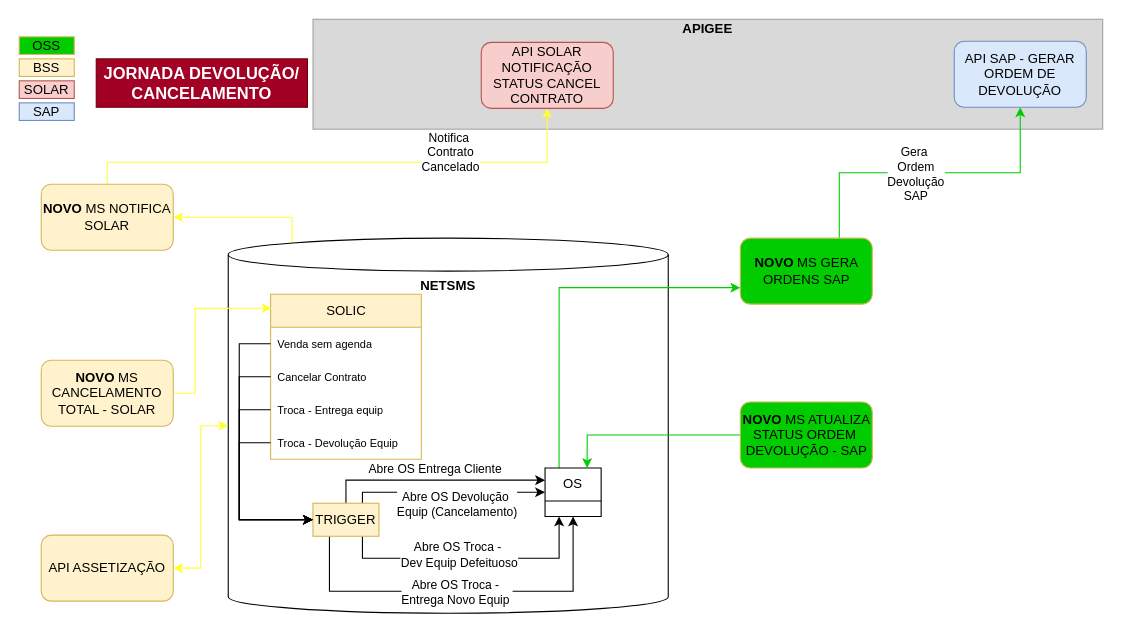
Earlier version of the draw.io diagram page "NETsales 8a base v13.02" (14 of 17) of 103976_106614-Entrega de equipamento via meio alternativo-Correios.drawio (samirali/ClaroBrasil). Source tidied: cells renumbered, new cells numbered last; positions are measured from the earlier drawing's top-left corner, leaving out a move shared by most shapes. Both pictures are drawn from the tidied source at 110%, with x=0, y=0 at pixel (19, 19).
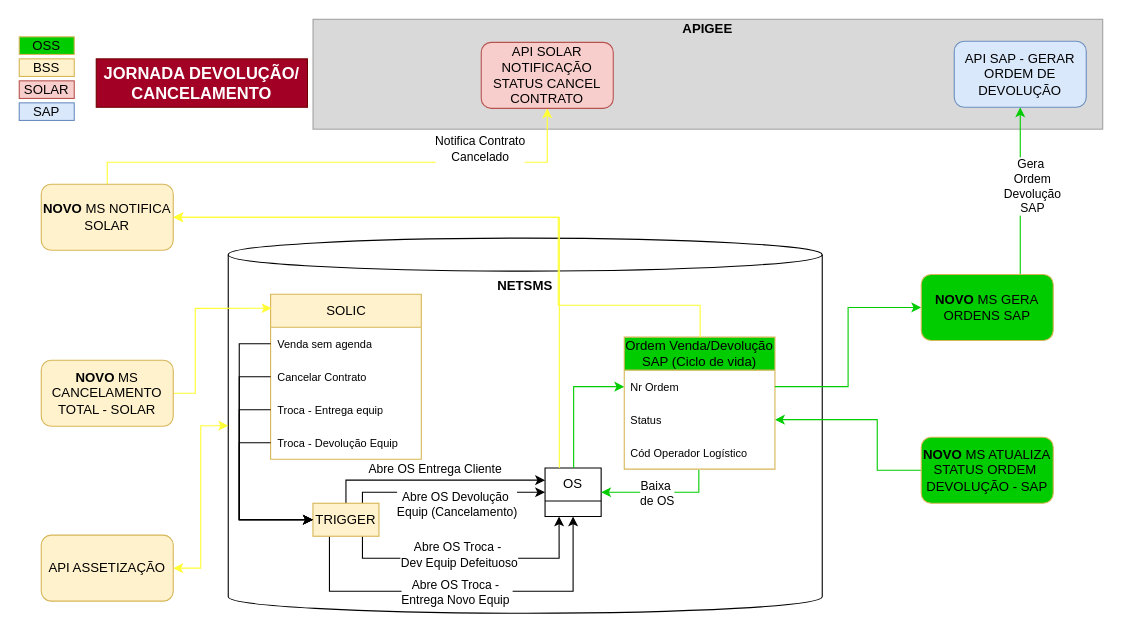
After the change.

The change refers to these unchanged cells:
```xml
<mxCell id="10" value="OS" style="swimlane;fontStyle=0;horizontal=1;startSize=30;whiteSpace=wrap;html=1;" parent="1" vertex="1">
  <mxGeometry x="478" y="408" width="51" height="44" as="geometry" />
</mxCell>
<mxCell id="40" style="edgeStyle=orthogonalEdgeStyle;rounded=0;hachureGap=4;jettySize=auto;html=1;fontFamily=Architects Daughter;entryX=0.5;entryY=1;entryDx=0;entryDy=0;exitX=0.5;exitY=0;exitDx=0;exitDy=0;exitPerimeter=0;strokeColor=#FFFF33;" parent="1" edge="1" source="42" target="45">
  <mxGeometry relative="1" as="geometry">
    <Array as="points">
      <mxPoint x="80" y="130" />
      <mxPoint x="480" y="130" />
    </Array>
  </mxGeometry>
</mxCell>
<mxCell id="42" value="&lt;b&gt;NOVO &lt;/b&gt;MS NOTIFICA SOLAR" style="rounded=1;whiteSpace=wrap;html=1;fillColor=#fff2cc;strokeColor=#d6b656;" parent="1" vertex="1">
  <mxGeometry x="20" y="150" width="120" height="60" as="geometry" />
</mxCell>
<mxCell id="46" value="API SAP - GERAR ORDEM DE DEVOLUÇÃO" style="rounded=1;whiteSpace=wrap;html=1;fillColor=#dae8fc;strokeColor=#6c8ebf;" parent="1" vertex="1">
  <mxGeometry x="850" y="20" width="120" height="60" as="geometry" />
</mxCell>
```

What changed in the source:
```diff
@@
+    <mxCell id="4" value="&lt;b&gt;NETSMS&lt;/b&gt;" style="shape=cylinder3;whiteSpace=wrap;html=1;boundedLbl=1;backgroundOutline=1;size=15;verticalAlign=top;" parent="1" vertex="1">
+      <mxGeometry x="190" y="199" width="540" height="341" as="geometry" />
+    </mxCell>
@@
-    <mxCell id="3" style="edgeStyle=orthogonalEdgeStyle;rounded=0;jettySize=auto;html=1;entryX=1;entryY=0.5;entryDx=0;entryDy=0;exitX=0.145;exitY=0;exitDx=0;exitDy=4.35;exitPerimeter=0;strokeColor=#FFFF33;" parent="1" edge="1" source="4" target="42">
-      <mxGeometry relative="1" as="geometry">
-        <Array as="points">
-          <mxPoint x="248" y="180" />
-        </Array>
-      </mxGeometry>
-    </mxCell>
-    <mxCell id="4" value="&lt;b&gt;NETSMS&lt;/b&gt;" style="shape=cylinder3;whiteSpace=wrap;html=1;boundedLbl=1;backgroundOutline=1;size=15;verticalAlign=top;" parent="1" vertex="1">
-      <mxGeometry x="190" y="199" width="400" height="341" as="geometry" />
-    </mxCell>
@@
-    <mxCell id="9" style="edgeStyle=orthogonalEdgeStyle;rounded=0;jettySize=auto;html=1;entryX=0;entryY=0.75;entryDx=0;entryDy=0;strokeColor=#00CC00;exitX=0.25;exitY=0;exitDx=0;exitDy=0;" parent="1" edge="1" source="10" target="37">
-      <mxGeometry relative="1" as="geometry" />
-    </mxCell>
@@
-    <mxCell id="35" style="edgeStyle=orthogonalEdgeStyle;rounded=0;hachureGap=4;jettySize=auto;html=1;entryX=0.5;entryY=1;entryDx=0;entryDy=0;fontFamily=Architects Daughter;exitX=0.75;exitY=0;exitDx=0;exitDy=0;strokeColor=#00CC00;" parent="1" edge="1" source="37" target="46">
-      <mxGeometry relative="1" as="geometry" />
-    </mxCell>
-    <mxCell id="36" value="Gera&amp;nbsp;&lt;div&gt;Ordem&lt;/div&gt;&lt;div&gt;Devolução&lt;/div&gt;&lt;div&gt;SAP&lt;/div&gt;" style="edgeLabel;html=1;align=center;verticalAlign=middle;sketch=1;hachureGap=4;jiggle=2;curveFitting=1;fontFamily=Helvetica;" parent="35" vertex="1">
-      <mxGeometry x="-0.1" y="-1" relative="1" as="geometry" />
-    </mxCell>
-    <mxCell id="37" value="&lt;b&gt;NOVO &lt;/b&gt;MS GERA ORDENS&lt;span style=&quot;background-color: initial;&quot;&gt;&amp;nbsp;SAP&lt;/span&gt;" style="rounded=1;whiteSpace=wrap;html=1;fillColor=#00CC00;strokeColor=#d6b656;" parent="1" vertex="1">
-      <mxGeometry x="655.5" y="199" width="120" height="60" as="geometry" />
-    </mxCell>
@@
-    <mxCell id="41" value="Notifica&amp;nbsp;&lt;div&gt;Contrato&lt;/div&gt;&lt;div&gt;Cancelado&lt;/div&gt;" style="edgeLabel;html=1;align=center;verticalAlign=middle;sketch=1;hachureGap=4;jiggle=2;curveFitting=1;fontFamily=Helvetica;" parent="40" vertex="1">
-      <mxGeometry x="0.5" y="-1" relative="1" as="geometry">
-        <mxPoint x="-21" y="-11" as="offset" />
-      </mxGeometry>
-    </mxCell>
@@
+    <mxCell id="49" style="edgeStyle=orthogonalEdgeStyle;rounded=0;hachureGap=4;jettySize=auto;html=1;entryX=0;entryY=0.5;entryDx=0;entryDy=0;fontFamily=Architects Daughter;strokeColor=#00CC00;" parent="1" edge="1" target="54">
+      <mxGeometry relative="1" as="geometry">
+        <mxPoint x="504" y="408" as="sourcePoint" />
+        <Array as="points">
+          <mxPoint x="504" y="334" />
+        </Array>
+      </mxGeometry>
+    </mxCell>
+    <mxCell id="50" style="edgeStyle=orthogonalEdgeStyle;rounded=0;hachureGap=4;jettySize=auto;html=1;entryX=1;entryY=0.5;entryDx=0;entryDy=0;fontFamily=Architects Daughter;strokeColor=#00CC00;" parent="1" edge="1" source="48" target="55">
+      <mxGeometry relative="1" as="geometry">
+        <Array as="points">
+          <mxPoint x="780" y="410" />
+          <mxPoint x="780" y="364" />
+        </Array>
+      </mxGeometry>
+    </mxCell>
+    <mxCell id="48" value="&lt;b&gt;NOVO &lt;/b&gt;MS ATUALIZA STATUS ORDEM&amp;nbsp; DEVOLUÇÃO - SAP" style="rounded=1;whiteSpace=wrap;html=1;fillColor=#00CC00;strokeColor=#d6b656;" parent="1" vertex="1">
+      <mxGeometry x="820" y="380" width="120" height="60" as="geometry" />
+    </mxCell>
+    <mxCell id="51" style="edgeStyle=orthogonalEdgeStyle;rounded=0;hachureGap=4;jettySize=auto;html=1;entryX=1;entryY=0.5;entryDx=0;entryDy=0;fontFamily=Architects Daughter;exitX=0.495;exitY=1.027;exitDx=0;exitDy=0;exitPerimeter=0;strokeColor=#00CC00;" parent="1" edge="1" source="56">
+      <mxGeometry relative="1" as="geometry">
+        <mxPoint x="529" y="430" as="targetPoint" />
+        <Array as="points">
+          <mxPoint x="618" y="430" />
+        </Array>
+      </mxGeometry>
+    </mxCell>
+    <mxCell id="52" value="Baixa&amp;nbsp;&lt;div&gt;de OS&lt;/div&gt;" style="edgeLabel;html=1;align=center;verticalAlign=middle;sketch=1;hachureGap=4;jiggle=2;curveFitting=1;fontFamily=Helvetica;" parent="51" vertex="1">
+      <mxGeometry x="-0.17" y="1" relative="1" as="geometry">
+        <mxPoint x="-13" y="-1" as="offset" />
+      </mxGeometry>
+    </mxCell>
+    <mxCell id="53" value="Ordem Venda/Devolução SAP (Ciclo de vida)" style="swimlane;fontStyle=0;horizontal=1;startSize=30;whiteSpace=wrap;html=1;fillColor=#00CC00;strokeColor=#d6b656;" parent="1" vertex="1">
+      <mxGeometry x="550" y="289" width="137" height="120" as="geometry" />
+    </mxCell>
+    <mxCell id="54" value="Nr Ordem" style="text;strokeColor=none;fillColor=none;align=left;verticalAlign=middle;spacingLeft=4;spacingRight=4;overflow=hidden;points=[[0,0.5],[1,0.5]];portConstraint=eastwest;whiteSpace=wrap;html=1;fontSize=10;" parent="53" vertex="1">
+      <mxGeometry y="30" width="137" height="30" as="geometry" />
+    </mxCell>
+    <mxCell id="55" value="Status" style="text;strokeColor=none;fillColor=none;align=left;verticalAlign=middle;spacingLeft=4;spacingRight=4;overflow=hidden;points=[[0,0.5],[1,0.5]];portConstraint=eastwest;whiteSpace=wrap;html=1;fontSize=10;" parent="53" vertex="1">
+      <mxGeometry y="60" width="137" height="30" as="geometry" />
+    </mxCell>
+    <mxCell id="56" value="Cód Operador Logístico" style="text;strokeColor=none;fillColor=none;align=left;verticalAlign=middle;spacingLeft=4;spacingRight=4;overflow=hidden;points=[[0,0.5],[1,0.5]];portConstraint=eastwest;whiteSpace=wrap;html=1;fontSize=10;" parent="53" vertex="1">
+      <mxGeometry y="90" width="137" height="30" as="geometry" />
+    </mxCell>
+    <mxCell id="57" style="edgeStyle=orthogonalEdgeStyle;rounded=0;hachureGap=4;jettySize=auto;html=1;entryX=0;entryY=0.5;entryDx=0;entryDy=0;fontFamily=Architects Daughter;strokeColor=#00CC00;exitX=1;exitY=0.5;exitDx=0;exitDy=0;" parent="1" edge="1" source="54" target="37">
+      <mxGeometry relative="1" as="geometry" />
+    </mxCell>
+    <mxCell id="35" style="edgeStyle=orthogonalEdgeStyle;rounded=0;hachureGap=4;jettySize=auto;html=1;entryX=0.5;entryY=1;entryDx=0;entryDy=0;fontFamily=Architects Daughter;exitX=0.75;exitY=0;exitDx=0;exitDy=0;strokeColor=#00CC00;" parent="1" edge="1" source="37" target="46">
+      <mxGeometry relative="1" as="geometry" />
+    </mxCell>
+    <mxCell id="36" value="Gera&amp;nbsp;&lt;div&gt;Ordem&lt;/div&gt;&lt;div&gt;Devolução&lt;/div&gt;&lt;div&gt;SAP&lt;/div&gt;" style="edgeLabel;html=1;align=center;verticalAlign=middle;sketch=1;hachureGap=4;jiggle=2;curveFitting=1;fontFamily=Helvetica;" parent="35" vertex="1">
+      <mxGeometry x="-0.1" y="-1" relative="1" as="geometry">
+        <mxPoint x="9" y="-13" as="offset" />
+      </mxGeometry>
+    </mxCell>
+    <mxCell id="37" value="&lt;b&gt;NOVO &lt;/b&gt;MS GERA ORDENS&lt;span style=&quot;background-color: initial;&quot;&gt;&amp;nbsp;SAP&lt;/span&gt;" style="rounded=1;whiteSpace=wrap;html=1;fillColor=#00CC00;strokeColor=#d6b656;" parent="1" vertex="1">
+      <mxGeometry x="820" y="232" width="120" height="60" as="geometry" />
+    </mxCell>
@@
-    <mxCell id="47" style="edgeStyle=orthogonalEdgeStyle;rounded=0;hachureGap=4;jettySize=auto;html=1;entryX=0.75;entryY=0;entryDx=0;entryDy=0;fontFamily=Architects Daughter;strokeColor=#00CC00;" parent="1" edge="1" source="48" target="10">
-      <mxGeometry relative="1" as="geometry" />
-    </mxCell>
-    <mxCell id="48" value="&lt;b&gt;NOVO &lt;/b&gt;MS ATUALIZA STATUS ORDEM&amp;nbsp; DEVOLUÇÃO - SAP" style="rounded=1;whiteSpace=wrap;html=1;fillColor=#00CC00;strokeColor=#d6b656;" parent="1" vertex="1">
-      <mxGeometry x="655.5" y="348" width="120" height="60" as="geometry" />
-    </mxCell>
+    <mxCell id="58" style="edgeStyle=orthogonalEdgeStyle;rounded=0;hachureGap=4;orthogonalLoop=1;jettySize=auto;html=1;entryX=1;entryY=0.5;entryDx=0;entryDy=0;fontFamily=Architects Daughter;strokeColor=#FFFF33;exitX=0.25;exitY=0;exitDx=0;exitDy=0;" parent="1" edge="1">
+      <mxGeometry relative="1" as="geometry">
+        <mxPoint x="491" y="408" as="sourcePoint" />
+        <mxPoint x="140" y="180" as="targetPoint" />
+        <Array as="points">
+          <mxPoint x="491" y="180" />
+        </Array>
+      </mxGeometry>
+    </mxCell>
+    <mxCell id="41" value="Notifica Contrato&lt;div&gt;Cancelado&lt;/div&gt;" style="edgeLabel;html=1;align=center;verticalAlign=middle;sketch=1;hachureGap=4;jiggle=2;curveFitting=1;fontFamily=Helvetica;" parent="1" vertex="1">
+      <mxGeometry x="418" y="117" as="geometry" />
+    </mxCell>
+    <mxCell id="59" style="edgeStyle=orthogonalEdgeStyle;rounded=0;hachureGap=4;orthogonalLoop=1;jettySize=auto;html=1;entryX=1;entryY=0.5;entryDx=0;entryDy=0;fontFamily=Architects Daughter;strokeColor=#FFFF33;exitX=0.5;exitY=0;exitDx=0;exitDy=0;" parent="1" edge="1">
+      <mxGeometry relative="1" as="geometry">
+        <mxPoint x="619" y="289" as="sourcePoint" />
+        <mxPoint x="140" y="180" as="targetPoint" />
+        <Array as="points">
+          <mxPoint x="619" y="260" />
+          <mxPoint x="490" y="260" />
+          <mxPoint x="490" y="180" />
+        </Array>
+      </mxGeometry>
+    </mxCell>
```
